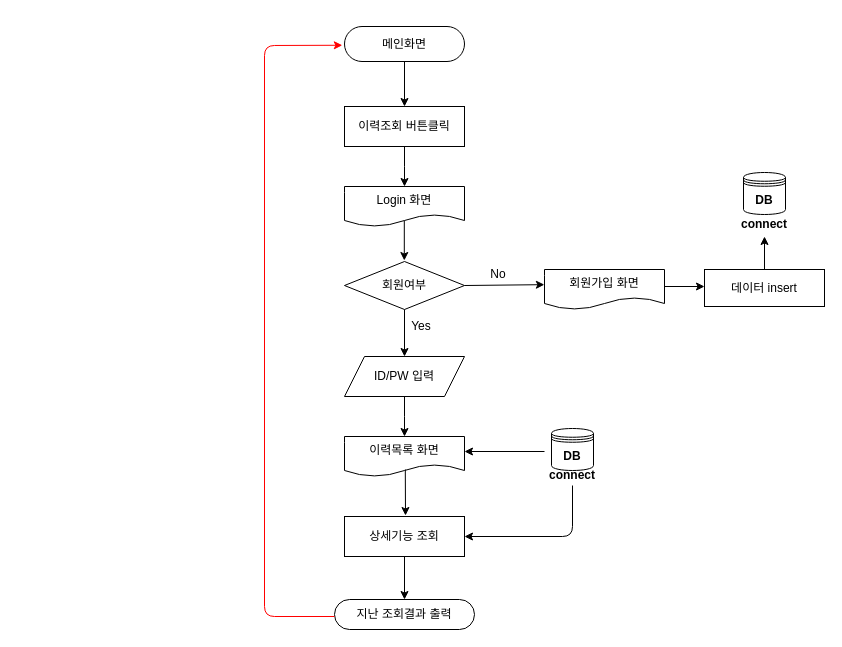
The draw.io diagram Jcry_MachineLearning/alphaca자료/등급기록조회.drawio in sujeong-jang-creator/Jcrystal_study, before the edit. Source tidied: cells renumbered, new cells numbered last; positions are measured from the earlier drawing's top-left corner, leaving out a move shared by most shapes. Both pictures are drawn from the tidied source at 100%, with x=0, y=0 at pixel (264, 26).
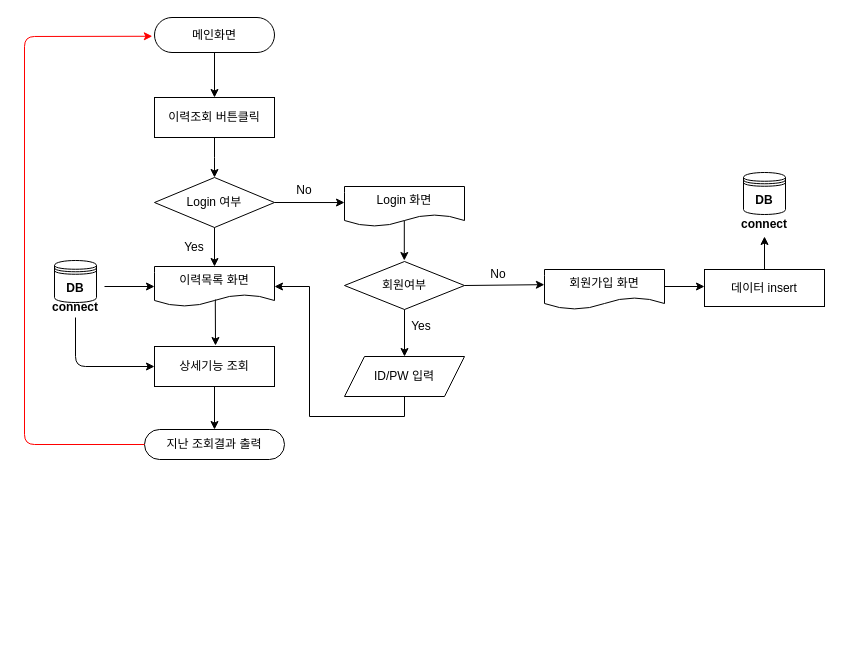
The same diagram, later.

Commit message:
Update 등급기록조회.drawio

Unchanged cells that the change refers to:
```xml
<mxCell id="6" value="Login 화면" style="shape=document;whiteSpace=wrap;html=1;boundedLbl=1;" parent="1" vertex="1">
  <mxGeometry x="80" y="160" width="120" height="40" as="geometry" />
</mxCell>
<mxCell id="21" value="ID/PW 입력" style="shape=parallelogram;perimeter=parallelogramPerimeter;whiteSpace=wrap;html=1;fixedSize=1;" parent="1" vertex="1">
  <mxGeometry x="80" y="330" width="120" height="40" as="geometry" />
</mxCell>
<mxCell id="27" value="&lt;b&gt;connect&lt;/b&gt;" style="text;html=1;strokeColor=none;fillColor=none;align=center;verticalAlign=middle;whiteSpace=wrap;rounded=0;" parent="25" vertex="1">
  <mxGeometry x="1" y="42" width="40" height="20" as="geometry" />
</mxCell>
```

What changed in the source:
```diff
@@
     <mxCell id="3" value="메인화면" style="whiteSpace=wrap;html=1;rounded=1;arcSize=50;align=center;verticalAlign=middle;strokeWidth=1;spacing=4;newEdgeStyle={&quot;edgeStyle&quot;:&quot;entityRelationEdgeStyle&quot;,&quot;startArrow&quot;:&quot;none&quot;,&quot;endArrow&quot;:&quot;none&quot;,&quot;segment&quot;:10,&quot;curved&quot;:1};" parent="1" vertex="1">
-      <mxGeometry x="80" width="120" height="35" as="geometry" />
+      <mxGeometry x="-110" y="-9" width="120" height="35" as="geometry" />
     </mxCell>
     <mxCell id="4" style="edgeStyle=orthogonalEdgeStyle;rounded=0;jettySize=auto;html=1;" parent="1" edge="1" source="5">
       <mxGeometry relative="1" as="geometry">
-        <mxPoint x="140" y="160" as="targetPoint" />
+        <mxPoint x="-50" y="151" as="targetPoint" />
       </mxGeometry>
     </mxCell>
     <mxCell id="5" value="이력조회 버튼클릭" style="rounded=0;whiteSpace=wrap;html=1;" parent="1" vertex="1">
-      <mxGeometry x="80" y="80" width="120" height="40" as="geometry" />
+      <mxGeometry x="-110" y="71" width="120" height="40" as="geometry" />
     </mxCell>
@@
-    <mxCell id="20" style="edgeStyle=orthogonalEdgeStyle;rounded=0;jettySize=auto;html=1;exitX=0.5;exitY=1;exitDx=0;exitDy=0;" parent="1" edge="1" source="21">
-      <mxGeometry relative="1" as="geometry">
-        <mxPoint x="140" y="410" as="targetPoint" />
-      </mxGeometry>
+    <mxCell id="20" style="edgeStyle=orthogonalEdgeStyle;rounded=0;jettySize=auto;html=1;exitX=0.5;exitY=1;exitDx=0;exitDy=0;entryX=1;entryY=0.5;entryDx=0;entryDy=0;" parent="1" edge="1" source="21" target="22">
+      <mxGeometry relative="1" as="geometry" />
     </mxCell>
@@
     <mxCell id="22" value="이력목록 화면" style="shape=document;whiteSpace=wrap;html=1;boundedLbl=1;" parent="1" vertex="1">
-      <mxGeometry x="80" y="410" width="120" height="40" as="geometry" />
+      <mxGeometry x="-110" y="240" width="120" height="40" as="geometry" />
     </mxCell>
     <mxCell id="23" style="endArrow=classic;html=1;" parent="1" edge="1">
       <mxGeometry relative="1" as="geometry">
-        <mxPoint x="140.8" y="443" as="sourcePoint" />
-        <mxPoint x="141" y="489" as="targetPoint" />
+        <mxPoint x="-49.2" y="273" as="sourcePoint" />
+        <mxPoint x="-49" y="319" as="targetPoint" />
       </mxGeometry>
     </mxCell>
     <mxCell id="24" value="상세기능 조회" style="rounded=0;whiteSpace=wrap;html=1;" parent="1" vertex="1">
-      <mxGeometry x="80" y="490" width="120" height="40" as="geometry" />
+      <mxGeometry x="-110" y="320" width="120" height="40" as="geometry" />
     </mxCell>
     <mxCell id="25" style="group;" parent="1" vertex="1">
-      <mxGeometry x="287" y="397" width="42" height="62" as="geometry" />
+      <mxGeometry x="-210" y="229" width="42" height="62" as="geometry" />
     </mxCell>
@@
-    <mxCell id="28" style="endArrow=classic;html=1;entryX=1;entryY=0.25;entryDx=0;entryDy=0;" parent="1" edge="1">
+    <mxCell id="28" style="endArrow=classic;html=1;entryX=0;entryY=0.5;entryDx=0;entryDy=0;" parent="1" edge="1" target="22">
       <mxGeometry relative="1" as="geometry">
-        <mxPoint x="280" y="425" as="sourcePoint" />
-        <mxPoint x="200" y="425" as="targetPoint" />
+        <mxPoint x="-160" y="260" as="sourcePoint" />
       </mxGeometry>
     </mxCell>
-    <mxCell id="29" style="endArrow=classic;html=1;edgeStyle=orthogonalEdgeStyle;entryX=1;entryY=0.5;entryDx=0;entryDy=0;exitX=0.5;exitY=1;exitDx=0;exitDy=0;" parent="1" edge="1" source="27" target="24">
+    <mxCell id="29" style="endArrow=classic;html=1;edgeStyle=orthogonalEdgeStyle;exitX=0.5;exitY=1;exitDx=0;exitDy=0;entryX=0;entryY=0.5;entryDx=0;entryDy=0;" parent="1" edge="1" source="27" target="24">
       <mxGeometry relative="1" as="geometry">
         <Array as="points">
-          <mxPoint x="308" y="510" />
+          <mxPoint x="-189" y="340" />
         </Array>
       </mxGeometry>
     </mxCell>
     <mxCell id="30" value="지난 조회결과 출력" style="whiteSpace=wrap;html=1;rounded=1;arcSize=50;align=center;verticalAlign=middle;strokeWidth=1;spacing=4;newEdgeStyle={&quot;edgeStyle&quot;:&quot;entityRelationEdgeStyle&quot;,&quot;startArrow&quot;:&quot;none&quot;,&quot;endArrow&quot;:&quot;none&quot;,&quot;segment&quot;:10,&quot;curved&quot;:1};" parent="1" vertex="1">
-      <mxGeometry x="70" y="573" width="140" height="30" as="geometry" />
+      <mxGeometry x="-120" y="403" width="140" height="30" as="geometry" />
     </mxCell>
@@
-    <mxCell id="32" style="endArrow=classic;html=1;fillColor=#FF3333;strokeColor=#FF0000;entryX=-0.018;entryY=0.536;entryDx=0;entryDy=0;entryPerimeter=0;" parent="1" edge="1" target="3">
+    <mxCell id="32" style="endArrow=classic;html=1;fillColor=#FF3333;strokeColor=#FF0000;entryX=-0.018;entryY=0.536;entryDx=0;entryDy=0;entryPerimeter=0;exitX=0;exitY=0.5;exitDx=0;exitDy=0;" parent="1" edge="1" source="30" target="3">
       <mxGeometry relative="1" as="geometry">
-        <mxPoint x="70" y="590" as="sourcePoint" />
         <Array as="points">
-          <mxPoint y="590" />
-          <mxPoint y="19" />
+          <mxPoint x="-240" y="418" />
+          <mxPoint x="-240" y="10" />
         </Array>
       </mxGeometry>
     </mxCell>
+    <mxCell id="33" value="Login 여부" style="rhombus;whiteSpace=wrap;html=1;" parent="1" vertex="1">
+      <mxGeometry x="-110" y="151" width="120" height="50" as="geometry" />
+    </mxCell>
+    <mxCell id="34" style="endArrow=classic;html=1;exitX=1;exitY=0.5;exitDx=0;exitDy=0;entryX=0;entryY=0.401;entryDx=0;entryDy=0;entryPerimeter=0;" parent="1" edge="1" source="33" target="6">
+      <mxGeometry relative="1" as="geometry" />
+    </mxCell>
+    <mxCell id="35" value="No" style="text;html=1;strokeColor=none;fillColor=none;align=center;verticalAlign=middle;whiteSpace=wrap;rounded=0;" parent="1" vertex="1">
+      <mxGeometry x="20" y="154" width="40" height="20" as="geometry" />
+    </mxCell>
+    <mxCell id="36" style="endArrow=classic;html=1;exitX=0.5;exitY=1;exitDx=0;exitDy=0;entryX=0.5;entryY=0;entryDx=0;entryDy=0;" parent="1" edge="1" source="33" target="22">
+      <mxGeometry relative="1" as="geometry" />
+    </mxCell>
+    <mxCell id="37" value="Yes" style="text;html=1;strokeColor=none;fillColor=none;align=center;verticalAlign=middle;whiteSpace=wrap;rounded=0;" parent="1" vertex="1">
+      <mxGeometry x="-90" y="211" width="40" height="20" as="geometry" />
+    </mxCell>
```
